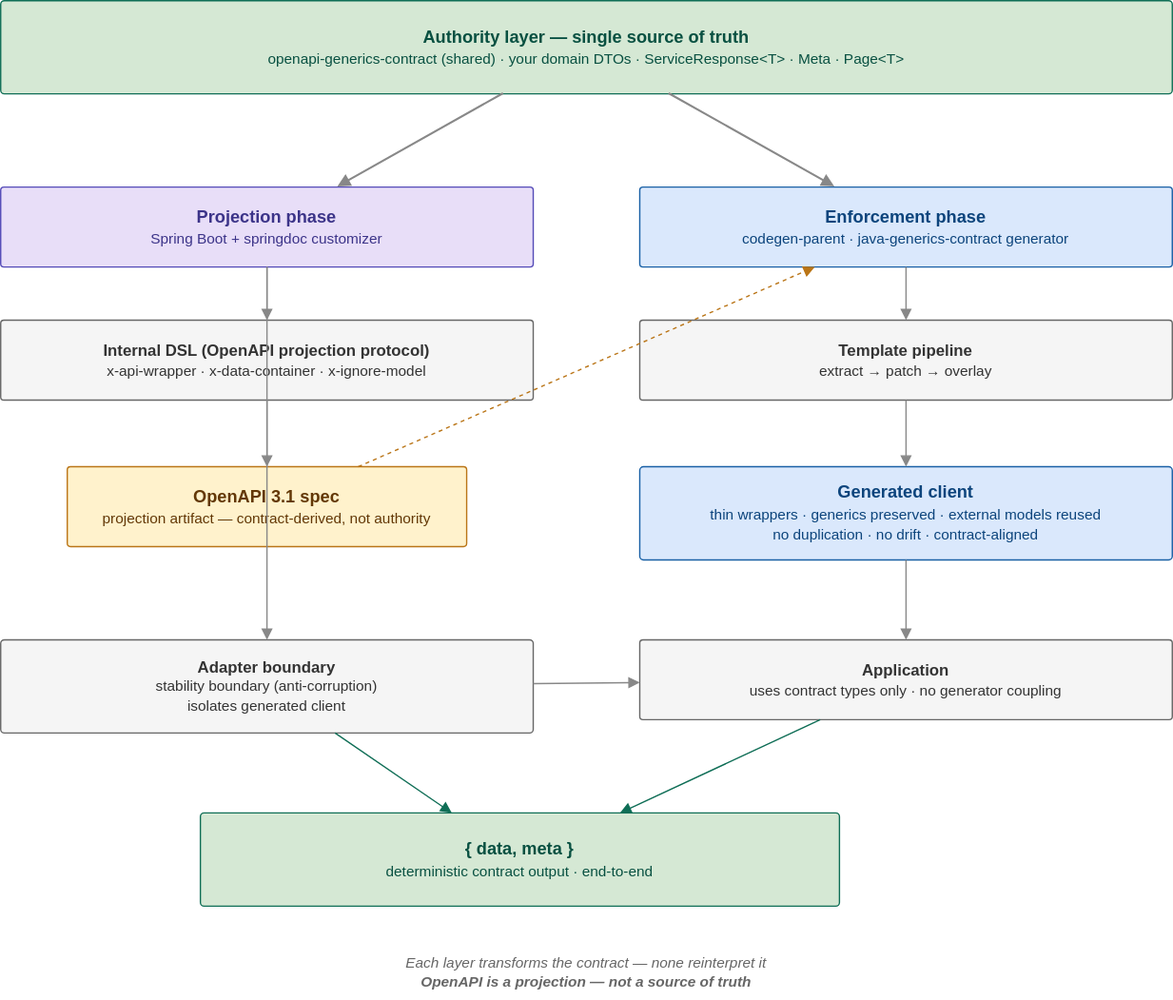
Before: docs/images/architecture/openapi-generics-architecture.svg, a diagram exported from draw.io (blueprint-platform/openapi-generics). Source tidied: cells renumbered, new cells last; positions are measured from the earlier drawing's top-left corner, leaving out a move shared by most shapes.
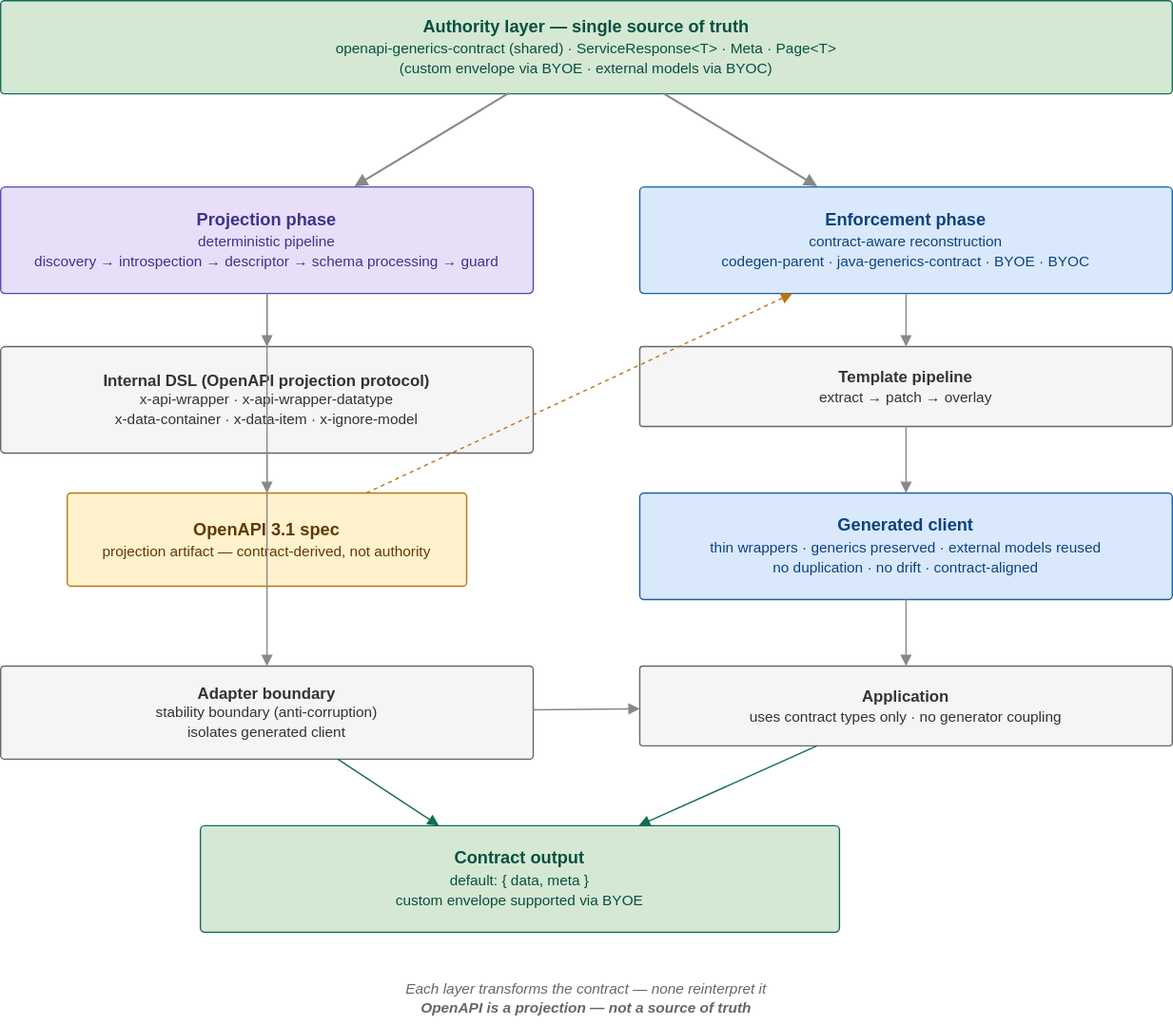
Above is the later version.

Diff of the diagram source:
```diff
@@ -2,35 +2,35 @@
   <root>
     <mxCell id="0" />
     <mxCell id="1" parent="0" />
-    <mxCell id="2" value="&lt;b&gt;Authority layer — single source of truth&lt;/b&gt;&lt;br&gt;&lt;font style=&quot;font-size:11px&quot;&gt;openapi-generics-contract (shared) · your domain DTOs · ServiceResponse&amp;lt;T&amp;gt; · Meta · Page&amp;lt;T&amp;gt;&lt;/font&gt;" style="rounded=1;whiteSpace=wrap;html=1;fillColor=#d5e8d4;strokeColor=#0f6e56;fontColor=#085041;fontSize=13;verticalAlign=middle;arcSize=4;" parent="1" vertex="1">
-      <mxGeometry width="880" height="70" as="geometry" />
+    <mxCell id="2" value="&lt;b&gt;Authority layer — single source of truth&lt;/b&gt;&lt;br&gt;&lt;div&gt;&lt;span style=&quot;font-size: 11px;&quot;&gt;openapi-generics-contract (shared) · ServiceResponse&amp;lt;T&amp;gt; · Meta · Page&amp;lt;T&amp;gt;&lt;/span&gt;&lt;/div&gt;&lt;div&gt;&lt;span style=&quot;font-size: 11px;&quot;&gt;(custom envelope via BYOE · external models via BYOC)&lt;/span&gt;&lt;/div&gt;" style="rounded=1;whiteSpace=wrap;html=1;fillColor=#d5e8d4;strokeColor=#0f6e56;fontColor=#085041;fontSize=13;verticalAlign=middle;arcSize=4;" parent="1" vertex="1">
+      <mxGeometry y="-20" width="880" height="70" as="geometry" />
     </mxCell>
-    <mxCell id="3" value="&lt;b&gt;Projection phase&lt;/b&gt;&lt;br&gt;&lt;font style='font-size:11px'&gt;Spring Boot + springdoc customizer&lt;/font&gt;" style="rounded=1;whiteSpace=wrap;html=1;fillColor=#e8def8;strokeColor=#534AB7;fontColor=#3C3489;fontSize=13;verticalAlign=middle;arcSize=4;" parent="1" vertex="1">
-      <mxGeometry y="140" width="400" height="60" as="geometry" />
+    <mxCell id="3" value="&lt;b&gt;Projection phase&lt;/b&gt;&lt;br&gt;&lt;font style=&quot;font-size:11px&quot;&gt;deterministic pipeline&lt;br&gt;discovery → introspection → descriptor → schema processing → guard&lt;/font&gt;" style="rounded=1;whiteSpace=wrap;html=1;fillColor=#e8def8;strokeColor=#534AB7;fontColor=#3C3489;fontSize=13;verticalAlign=middle;arcSize=4;" parent="1" vertex="1">
+      <mxGeometry y="120" width="400" height="80" as="geometry" />
     </mxCell>
-    <mxCell id="4" value="&lt;b&gt;Internal DSL (OpenAPI projection protocol)&lt;/b&gt;&lt;br&gt;&lt;font style=&quot;font-size:11px&quot;&gt;x-api-wrapper · x-data-container · x-ignore-model&lt;/font&gt;" style="rounded=1;whiteSpace=wrap;html=1;fillColor=#f5f5f5;strokeColor=#666666;fontColor=#333333;fontSize=12;verticalAlign=middle;arcSize=4;" parent="1" vertex="1">
-      <mxGeometry y="240" width="400" height="60" as="geometry" />
+    <mxCell id="4" value="&lt;b&gt;Internal DSL (OpenAPI projection protocol)&lt;/b&gt;&lt;br&gt;&lt;font style=&quot;font-size:11px&quot;&gt;x-api-wrapper · x-api-wrapper-datatype&lt;br&gt;x-data-container · x-data-item · x-ignore-model&lt;/font&gt;" style="rounded=1;whiteSpace=wrap;html=1;fillColor=#f5f5f5;strokeColor=#666666;fontColor=#333333;fontSize=12;verticalAlign=middle;arcSize=4;" parent="1" vertex="1">
+      <mxGeometry y="240" width="400" height="80" as="geometry" />
     </mxCell>
     <mxCell id="5" value="&lt;b&gt;OpenAPI 3.1 spec&lt;/b&gt;&lt;br&gt;&lt;font style=&quot;font-size:11px&quot;&gt;projection artifact — contract-derived, not authority&lt;/font&gt;" style="rounded=1;whiteSpace=wrap;html=1;fillColor=#fff2cc;strokeColor=#BA7517;fontColor=#633806;fontSize=13;verticalAlign=middle;arcSize=4;" parent="1" vertex="1">
-      <mxGeometry x="50" y="350" width="300" height="60" as="geometry" />
+      <mxGeometry x="50" y="350" width="300" height="70" as="geometry" />
     </mxCell>
-    <mxCell id="6" value="&lt;b&gt;Enforcement phase&lt;/b&gt;&lt;br&gt;&lt;font style='font-size:11px'&gt;codegen-parent · java-generics-contract generator&lt;/font&gt;" style="rounded=1;whiteSpace=wrap;html=1;fillColor=#dae8fc;strokeColor=#185FA5;fontColor=#0C447C;fontSize=13;verticalAlign=middle;arcSize=4;" parent="1" vertex="1">
-      <mxGeometry x="480" y="140" width="400" height="60" as="geometry" />
+    <mxCell id="6" value="&lt;b&gt;Enforcement phase&lt;/b&gt;&lt;br&gt;&lt;font style=&quot;font-size:11px&quot;&gt;contract-aware reconstruction&lt;br&gt;codegen-parent · java-generics-contract · BYOE · BYOC&lt;/font&gt;" style="rounded=1;whiteSpace=wrap;html=1;fillColor=#dae8fc;strokeColor=#185FA5;fontColor=#0C447C;fontSize=13;verticalAlign=middle;arcSize=4;" parent="1" vertex="1">
+      <mxGeometry x="480" y="120" width="400" height="80" as="geometry" />
     </mxCell>
-    <mxCell id="7" value="&lt;b&gt;Template pipeline&lt;/b&gt;&lt;br&gt;&lt;font style='font-size:11px'&gt;extract → patch → overlay&lt;/font&gt;" style="rounded=1;whiteSpace=wrap;html=1;fillColor=#f5f5f5;strokeColor=#666666;fontColor=#333333;fontSize=12;verticalAlign=middle;arcSize=4;" parent="1" vertex="1">
+    <mxCell id="7" value="&lt;b&gt;Template pipeline&lt;/b&gt;&lt;br&gt;&lt;font style=&quot;font-size:11px&quot;&gt;extract → patch → overlay&lt;/font&gt;" style="rounded=1;whiteSpace=wrap;html=1;fillColor=#f5f5f5;strokeColor=#666666;fontColor=#333333;fontSize=12;verticalAlign=middle;arcSize=4;" parent="1" vertex="1">
       <mxGeometry x="480" y="240" width="400" height="60" as="geometry" />
     </mxCell>
-    <mxCell id="8" value="&lt;b&gt;Generated client&lt;/b&gt;&lt;br&gt;&lt;div&gt;&lt;span style=&quot;font-size: 11px;&quot;&gt;thin wrappers · generics preserved · external models reused&lt;/span&gt;&lt;/div&gt;&lt;div&gt;&lt;span style=&quot;font-size: 11px;&quot;&gt;no duplication · no drift · contract-aligned&lt;/span&gt;&lt;/div&gt;" style="rounded=1;whiteSpace=wrap;html=1;fillColor=#dae8fc;strokeColor=#185FA5;fontColor=#0C447C;fontSize=13;verticalAlign=middle;arcSize=4;" parent="1" vertex="1">
-      <mxGeometry x="480" y="350" width="400" height="70" as="geometry" />
+    <mxCell id="8" value="&lt;b&gt;Generated client&lt;/b&gt;&lt;br&gt;&lt;div&gt;&lt;span style=&quot;font-size:11px&quot;&gt;thin wrappers · generics preserved · external models reused&lt;/span&gt;&lt;/div&gt;&lt;div&gt;&lt;span style=&quot;font-size:11px&quot;&gt;no duplication · no drift · contract-aligned&lt;/span&gt;&lt;/div&gt;" style="rounded=1;whiteSpace=wrap;html=1;fillColor=#dae8fc;strokeColor=#185FA5;fontColor=#0C447C;fontSize=13;verticalAlign=middle;arcSize=4;" parent="1" vertex="1">
+      <mxGeometry x="480" y="350" width="400" height="80" as="geometry" />
     </mxCell>
-    <mxCell id="9" value="&lt;b&gt;Adapter boundary&lt;/b&gt;&lt;br&gt;&lt;font style='font-size:11px'&gt;stability boundary (anti-corruption)&lt;br&gt;isolates generated client&lt;/font&gt;" style="rounded=1;whiteSpace=wrap;html=1;fillColor=#f5f5f5;strokeColor=#666666;fontColor=#333333;fontSize=12;verticalAlign=middle;arcSize=4;" parent="1" vertex="1">
+    <mxCell id="9" value="&lt;b&gt;Adapter boundary&lt;/b&gt;&lt;br&gt;&lt;font style=&quot;font-size:11px&quot;&gt;stability boundary (anti-corruption)&lt;br&gt;isolates generated client&lt;/font&gt;" style="rounded=1;whiteSpace=wrap;html=1;fillColor=#f5f5f5;strokeColor=#666666;fontColor=#333333;fontSize=12;verticalAlign=middle;arcSize=4;" parent="1" vertex="1">
       <mxGeometry y="480" width="400" height="70" as="geometry" />
     </mxCell>
-    <mxCell id="10" value="&lt;b&gt;Application&lt;/b&gt;&lt;br&gt;&lt;font style='font-size:11px'&gt;uses contract types only · no generator coupling&lt;/font&gt;" style="rounded=1;whiteSpace=wrap;html=1;fillColor=#f5f5f5;strokeColor=#666666;fontColor=#333333;fontSize=12;verticalAlign=middle;arcSize=4;" parent="1" vertex="1">
+    <mxCell id="10" value="&lt;b&gt;Application&lt;/b&gt;&lt;br&gt;&lt;font style=&quot;font-size:11px&quot;&gt;uses contract types only · no generator coupling&lt;/font&gt;" style="rounded=1;whiteSpace=wrap;html=1;fillColor=#f5f5f5;strokeColor=#666666;fontColor=#333333;fontSize=12;verticalAlign=middle;arcSize=4;" parent="1" vertex="1">
       <mxGeometry x="480" y="480" width="400" height="60" as="geometry" />
     </mxCell>
-    <mxCell id="11" value="&lt;b&gt;{ data, meta }&lt;/b&gt;&lt;br&gt;&lt;font style='font-size:11px'&gt;deterministic contract output · end-to-end&lt;/font&gt;" style="rounded=1;whiteSpace=wrap;html=1;fillColor=#d5e8d4;strokeColor=#0f6e56;fontColor=#085041;fontSize=13;verticalAlign=middle;arcSize=4;" parent="1" vertex="1">
-      <mxGeometry x="150" y="610" width="480" height="70" as="geometry" />
+    <mxCell id="11" value="&lt;b&gt;Contract output&lt;/b&gt;&lt;br&gt;&lt;font style=&quot;font-size:11px&quot;&gt;default: { data, meta }&lt;br&gt;custom envelope supported via BYOE&lt;/font&gt;" style="rounded=1;whiteSpace=wrap;html=1;fillColor=#d5e8d4;strokeColor=#0f6e56;fontColor=#085041;fontSize=13;verticalAlign=middle;arcSize=4;" parent="1" vertex="1">
+      <mxGeometry x="150" y="600" width="480" height="80" as="geometry" />
     </mxCell>
     <mxCell id="12" value="Each layer transforms the contract — none reinterpret it&lt;br&gt;&lt;b&gt;OpenAPI is a projection — not a source of truth&lt;/b&gt;" style="text;html=1;strokeColor=none;fillColor=none;align=center;verticalAlign=middle;whiteSpace=wrap;fontSize=11;fontColor=#666666;fontStyle=2;" parent="1" vertex="1">
       <mxGeometry y="710" width="880" height="40" as="geometry" />
```
